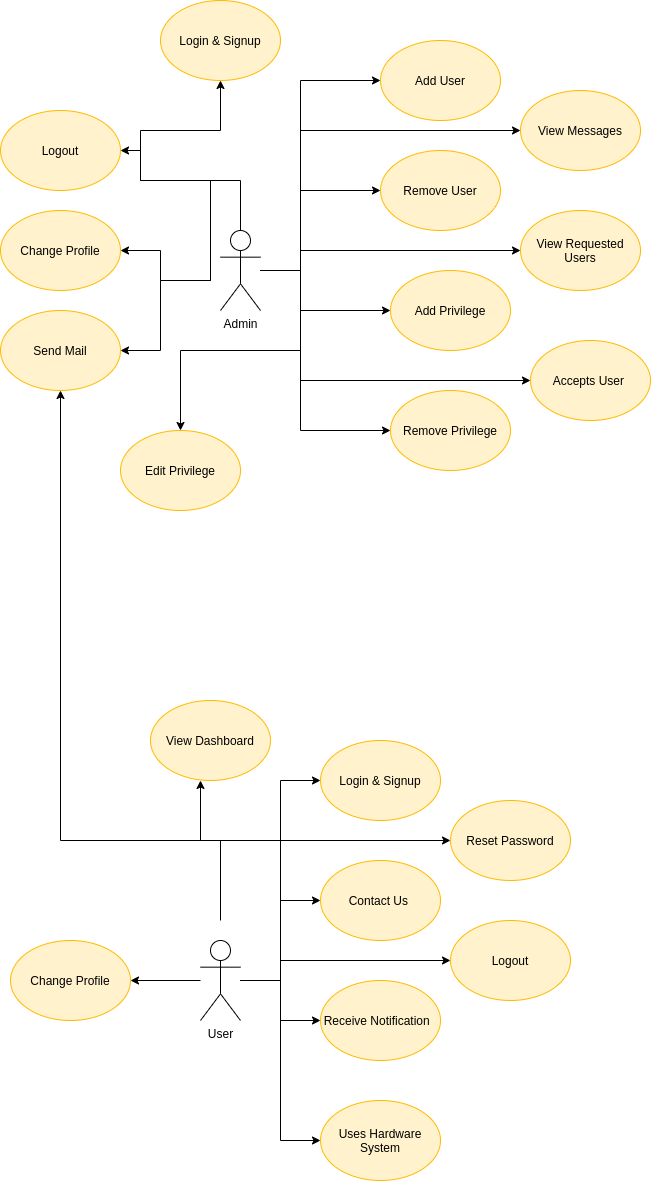
BonyGeorge/Wheat-Impurities-System keeps this draw.io diagram as Diagrams/Operation_Scenario.png. Above is the earlier version. Source tidied: cells renumbered, new cells last; positions are measured from the earlier drawing's top-left corner, leaving out a move shared by most shapes. Source of this version:
```xml
<mxGraphModel>
  <root>
    <mxCell id="0" />
    <mxCell id="1" parent="0" />
    <mxCell id="2" style="edgeStyle=orthogonalEdgeStyle;rounded=0;jettySize=auto;html=1;entryX=0;entryY=0.5;entryDx=0;entryDy=0;" parent="1" edge="1" source="3" target="5">
      <mxGeometry relative="1" as="geometry">
        <Array as="points">
          <mxPoint x="300" y="270" />
          <mxPoint x="300" y="80" />
        </Array>
      </mxGeometry>
    </mxCell>
    <mxCell id="3" value="Admin" style="shape=umlActor;html=1;verticalLabelPosition=bottom;verticalAlign=top;align=center;" parent="1" vertex="1">
      <mxGeometry x="220" y="230" width="40" height="80" as="geometry" />
    </mxCell>
    <mxCell id="4" value="Remove User" style="ellipse;whiteSpace=wrap;html=1;fillColor=#fff2cc;strokeColor=#FFBA01;" parent="1" vertex="1">
      <mxGeometry x="380" y="150" width="120" height="80" as="geometry" />
    </mxCell>
    <mxCell id="5" value="Add User" style="ellipse;whiteSpace=wrap;html=1;fillColor=#fff2cc;strokeColor=#FFBA01;" parent="1" vertex="1">
      <mxGeometry x="380" y="40" width="120" height="80" as="geometry" />
    </mxCell>
    <mxCell id="6" value="Remove Privilege" style="ellipse;whiteSpace=wrap;html=1;fillColor=#fff2cc;strokeColor=#FFBA01;" parent="1" vertex="1">
      <mxGeometry x="390" y="390" width="120" height="80" as="geometry" />
    </mxCell>
    <mxCell id="7" value="Add Privilege" style="ellipse;whiteSpace=wrap;html=1;fillColor=#fff2cc;strokeColor=#FFBA01;" parent="1" vertex="1">
      <mxGeometry x="390" y="270" width="120" height="80" as="geometry" />
    </mxCell>
    <mxCell id="8" value="Edit Privilege" style="ellipse;whiteSpace=wrap;html=1;fillColor=#fff2cc;strokeColor=#FFBA01;" parent="1" vertex="1">
      <mxGeometry x="120" y="430" width="120" height="80" as="geometry" />
    </mxCell>
    <mxCell id="9" style="edgeStyle=orthogonalEdgeStyle;rounded=0;jettySize=auto;html=1;entryX=0;entryY=0.5;entryDx=0;entryDy=0;" parent="1" edge="1" target="4">
      <mxGeometry relative="1" as="geometry">
        <mxPoint x="270" y="270" as="sourcePoint" />
        <Array as="points">
          <mxPoint x="300" y="270" />
          <mxPoint x="300" y="190" />
        </Array>
      </mxGeometry>
    </mxCell>
    <mxCell id="10" style="edgeStyle=orthogonalEdgeStyle;rounded=0;jettySize=auto;html=1;entryX=0;entryY=0.5;entryDx=0;entryDy=0;" parent="1" edge="1" target="7">
      <mxGeometry relative="1" as="geometry">
        <mxPoint x="270" y="270" as="sourcePoint" />
        <Array as="points">
          <mxPoint x="300" y="270" />
          <mxPoint x="300" y="310" />
        </Array>
      </mxGeometry>
    </mxCell>
    <mxCell id="11" style="edgeStyle=orthogonalEdgeStyle;rounded=0;jettySize=auto;html=1;entryX=0;entryY=0.5;entryDx=0;entryDy=0;" parent="1" edge="1" target="6">
      <mxGeometry relative="1" as="geometry">
        <mxPoint x="260" y="270" as="sourcePoint" />
        <Array as="points">
          <mxPoint x="300" y="270" />
          <mxPoint x="300" y="430" />
        </Array>
      </mxGeometry>
    </mxCell>
    <mxCell id="12" style="edgeStyle=orthogonalEdgeStyle;rounded=0;jettySize=auto;html=1;entryX=0.5;entryY=0;entryDx=0;entryDy=0;" parent="1" edge="1" target="8">
      <mxGeometry relative="1" as="geometry">
        <mxPoint x="300" y="280" as="sourcePoint" />
        <Array as="points">
          <mxPoint x="300" y="350" />
          <mxPoint x="180" y="350" />
        </Array>
      </mxGeometry>
    </mxCell>
    <mxCell id="13" style="edgeStyle=orthogonalEdgeStyle;rounded=0;jettySize=auto;html=1;entryX=0;entryY=0.5;entryDx=0;entryDy=0;" parent="1" edge="1" source="14" target="16">
      <mxGeometry relative="1" as="geometry" />
    </mxCell>
    <mxCell id="14" value="User" style="shape=umlActor;html=1;verticalLabelPosition=bottom;verticalAlign=top;align=center;" parent="1" vertex="1">
      <mxGeometry x="200" y="940" width="40" height="80" as="geometry" />
    </mxCell>
    <mxCell id="15" value="Contact Us&amp;nbsp;" style="ellipse;whiteSpace=wrap;html=1;fillColor=#fff2cc;strokeColor=#FFBA01;" parent="1" vertex="1">
      <mxGeometry x="320" y="860" width="120" height="80" as="geometry" />
    </mxCell>
    <mxCell id="16" value="Login &amp;amp; Signup" style="ellipse;whiteSpace=wrap;html=1;fillColor=#fff2cc;strokeColor=#FFBA01;" parent="1" vertex="1">
      <mxGeometry x="320" y="740" width="120" height="80" as="geometry" />
    </mxCell>
    <mxCell id="17" value="Uses Hardware System" style="ellipse;whiteSpace=wrap;html=1;fillColor=#fff2cc;strokeColor=#FFBA01;" parent="1" vertex="1">
      <mxGeometry x="320" y="1100" width="120" height="80" as="geometry" />
    </mxCell>
    <mxCell id="18" value="Receive Notification&amp;nbsp;&amp;nbsp;" style="ellipse;whiteSpace=wrap;html=1;fillColor=#fff2cc;strokeColor=#FFBA01;" parent="1" vertex="1">
      <mxGeometry x="320" y="980" width="120" height="80" as="geometry" />
    </mxCell>
    <mxCell id="19" value="View Dashboard" style="ellipse;whiteSpace=wrap;html=1;fillColor=#fff2cc;strokeColor=#FFBA01;" parent="1" vertex="1">
      <mxGeometry x="150" y="700" width="120" height="80" as="geometry" />
    </mxCell>
    <mxCell id="20" style="edgeStyle=orthogonalEdgeStyle;rounded=0;jettySize=auto;html=1;entryX=0;entryY=0.5;entryDx=0;entryDy=0;" parent="1" edge="1" target="15">
      <mxGeometry relative="1" as="geometry">
        <mxPoint x="250" y="980" as="sourcePoint" />
        <Array as="points">
          <mxPoint x="280" y="980" />
          <mxPoint x="280" y="900" />
        </Array>
      </mxGeometry>
    </mxCell>
    <mxCell id="21" style="edgeStyle=orthogonalEdgeStyle;rounded=0;jettySize=auto;html=1;entryX=0;entryY=0.5;entryDx=0;entryDy=0;" parent="1" edge="1" target="18">
      <mxGeometry relative="1" as="geometry">
        <mxPoint x="270" y="980" as="sourcePoint" />
        <Array as="points">
          <mxPoint x="280" y="980" />
          <mxPoint x="280" y="1020" />
        </Array>
      </mxGeometry>
    </mxCell>
    <mxCell id="22" style="edgeStyle=orthogonalEdgeStyle;rounded=0;jettySize=auto;html=1;entryX=0;entryY=0.5;entryDx=0;entryDy=0;" parent="1" edge="1" target="17">
      <mxGeometry relative="1" as="geometry">
        <mxPoint x="240" y="980" as="sourcePoint" />
        <Array as="points">
          <mxPoint x="280" y="980" />
          <mxPoint x="280" y="1140" />
        </Array>
      </mxGeometry>
    </mxCell>
    <mxCell id="23" style="edgeStyle=orthogonalEdgeStyle;rounded=0;jettySize=auto;html=1;" parent="1" edge="1" source="14">
      <mxGeometry relative="1" as="geometry">
        <mxPoint x="200" y="780" as="targetPoint" />
        <Array as="points">
          <mxPoint x="280" y="980" />
          <mxPoint x="280" y="840" />
          <mxPoint x="200" y="840" />
        </Array>
      </mxGeometry>
    </mxCell>
    <mxCell id="24" value="Login &amp;amp; Signup" style="ellipse;whiteSpace=wrap;html=1;fillColor=#fff2cc;strokeColor=#FFBA01;" parent="1" vertex="1">
      <mxGeometry x="160" width="120" height="80" as="geometry" />
    </mxCell>
    <mxCell id="25" style="edgeStyle=orthogonalEdgeStyle;rounded=0;jettySize=auto;html=1;exitX=0.5;exitY=0;exitDx=0;exitDy=0;exitPerimeter=0;entryX=0.5;entryY=1;entryDx=0;entryDy=0;" parent="1" edge="1" source="3" target="24">
      <mxGeometry relative="1" as="geometry">
        <Array as="points">
          <mxPoint x="240" y="180" />
          <mxPoint x="140" y="180" />
          <mxPoint x="140" y="130" />
          <mxPoint x="220" y="130" />
        </Array>
      </mxGeometry>
    </mxCell>
    <mxCell id="26" value="Accepts User&amp;nbsp;" style="ellipse;whiteSpace=wrap;html=1;fillColor=#fff2cc;strokeColor=#FFBA01;" parent="1" vertex="1">
      <mxGeometry x="530" y="340" width="120" height="80" as="geometry" />
    </mxCell>
    <mxCell id="27" value="View Requested Users" style="ellipse;whiteSpace=wrap;html=1;fillColor=#fff2cc;strokeColor=#FFBA01;" parent="1" vertex="1">
      <mxGeometry x="520" y="210" width="120" height="80" as="geometry" />
    </mxCell>
    <mxCell id="28" value="View Messages" style="ellipse;whiteSpace=wrap;html=1;fillColor=#fff2cc;strokeColor=#FFBA01;" parent="1" vertex="1">
      <mxGeometry x="520" y="90" width="120" height="80" as="geometry" />
    </mxCell>
    <mxCell id="29" value="Change Profile" style="ellipse;whiteSpace=wrap;html=1;fillColor=#fff2cc;strokeColor=#FFBA01;" parent="1" vertex="1">
      <mxGeometry y="210" width="120" height="80" as="geometry" />
    </mxCell>
    <mxCell id="30" style="edgeStyle=orthogonalEdgeStyle;rounded=0;jettySize=auto;html=1;entryX=1;entryY=0.5;entryDx=0;entryDy=0;" parent="1" edge="1" target="29">
      <mxGeometry relative="1" as="geometry">
        <mxPoint x="210" y="280" as="sourcePoint" />
        <Array as="points">
          <mxPoint x="160" y="280" />
          <mxPoint x="160" y="250" />
        </Array>
      </mxGeometry>
    </mxCell>
    <mxCell id="31" style="edgeStyle=orthogonalEdgeStyle;rounded=0;jettySize=auto;html=1;" parent="1" edge="1" target="28">
      <mxGeometry relative="1" as="geometry">
        <mxPoint x="260" y="270" as="sourcePoint" />
        <Array as="points">
          <mxPoint x="300" y="270" />
          <mxPoint x="300" y="130" />
        </Array>
      </mxGeometry>
    </mxCell>
    <mxCell id="32" style="edgeStyle=orthogonalEdgeStyle;rounded=0;jettySize=auto;html=1;entryX=0;entryY=0.5;entryDx=0;entryDy=0;" parent="1" edge="1" target="27">
      <mxGeometry relative="1" as="geometry">
        <mxPoint x="260" y="270" as="sourcePoint" />
        <Array as="points">
          <mxPoint x="300" y="270" />
          <mxPoint x="300" y="250" />
        </Array>
      </mxGeometry>
    </mxCell>
    <mxCell id="33" style="edgeStyle=orthogonalEdgeStyle;rounded=0;jettySize=auto;html=1;entryX=0;entryY=0.5;entryDx=0;entryDy=0;" parent="1" edge="1" target="26">
      <mxGeometry relative="1" as="geometry">
        <mxPoint x="260" y="270" as="sourcePoint" />
        <Array as="points">
          <mxPoint x="300" y="270" />
          <mxPoint x="300" y="380" />
        </Array>
      </mxGeometry>
    </mxCell>
    <mxCell id="34" value="Change Profile" style="ellipse;whiteSpace=wrap;html=1;fillColor=#fff2cc;strokeColor=#FFBA01;" parent="1" vertex="1">
      <mxGeometry x="10" y="940" width="120" height="80" as="geometry" />
    </mxCell>
    <mxCell id="35" style="edgeStyle=orthogonalEdgeStyle;rounded=0;jettySize=auto;html=1;entryX=1;entryY=0.5;entryDx=0;entryDy=0;" parent="1" edge="1" target="34">
      <mxGeometry relative="1" as="geometry">
        <mxPoint x="200" y="980" as="sourcePoint" />
      </mxGeometry>
    </mxCell>
    <mxCell id="36" value="Reset Password" style="ellipse;whiteSpace=wrap;html=1;fillColor=#fff2cc;strokeColor=#FFBA01;" parent="1" vertex="1">
      <mxGeometry x="450" y="800" width="120" height="80" as="geometry" />
    </mxCell>
    <mxCell id="37" style="edgeStyle=orthogonalEdgeStyle;rounded=0;jettySize=auto;html=1;entryX=0;entryY=0.5;entryDx=0;entryDy=0;" parent="1" edge="1" target="36">
      <mxGeometry relative="1" as="geometry">
        <mxPoint x="240" y="980" as="sourcePoint" />
        <Array as="points">
          <mxPoint x="280" y="980" />
          <mxPoint x="280" y="840" />
        </Array>
      </mxGeometry>
    </mxCell>
    <mxCell id="38" value="Logout" style="ellipse;whiteSpace=wrap;html=1;fillColor=#fff2cc;strokeColor=#FFBA01;" parent="1" vertex="1">
      <mxGeometry x="450" y="920" width="120" height="80" as="geometry" />
    </mxCell>
    <mxCell id="39" style="edgeStyle=orthogonalEdgeStyle;rounded=0;jettySize=auto;html=1;entryX=0;entryY=0.5;entryDx=0;entryDy=0;" parent="1" edge="1" target="38">
      <mxGeometry relative="1" as="geometry">
        <mxPoint x="240" y="980" as="sourcePoint" />
        <Array as="points">
          <mxPoint x="280" y="980" />
          <mxPoint x="280" y="960" />
        </Array>
      </mxGeometry>
    </mxCell>
    <mxCell id="40" value="Logout" style="ellipse;whiteSpace=wrap;html=1;fillColor=#fff2cc;strokeColor=#FFBA01;" parent="1" vertex="1">
      <mxGeometry y="110" width="120" height="80" as="geometry" />
    </mxCell>
    <mxCell id="41" style="edgeStyle=orthogonalEdgeStyle;rounded=0;jettySize=auto;html=1;entryX=1;entryY=0.5;entryDx=0;entryDy=0;" parent="1" edge="1" target="40">
      <mxGeometry relative="1" as="geometry">
        <mxPoint x="180" y="280" as="sourcePoint" />
        <Array as="points">
          <mxPoint x="210" y="280" />
          <mxPoint x="210" y="180" />
          <mxPoint x="140" y="180" />
          <mxPoint x="140" y="150" />
        </Array>
      </mxGeometry>
    </mxCell>
    <mxCell id="42" value="Send Mail" style="ellipse;whiteSpace=wrap;html=1;fillColor=#fff2cc;strokeColor=#FFBA01;" parent="1" vertex="1">
      <mxGeometry y="310" width="120" height="80" as="geometry" />
    </mxCell>
    <mxCell id="43" style="edgeStyle=orthogonalEdgeStyle;rounded=0;jettySize=auto;html=1;entryX=1;entryY=0.5;entryDx=0;entryDy=0;" parent="1" edge="1" target="42">
      <mxGeometry relative="1" as="geometry">
        <mxPoint x="210" y="270" as="sourcePoint" />
        <Array as="points">
          <mxPoint x="210" y="280" />
          <mxPoint x="160" y="280" />
          <mxPoint x="160" y="350" />
        </Array>
      </mxGeometry>
    </mxCell>
    <mxCell id="44" style="edgeStyle=orthogonalEdgeStyle;rounded=0;jettySize=auto;html=1;entryX=0.5;entryY=1;entryDx=0;entryDy=0;" parent="1" edge="1" target="42">
      <mxGeometry relative="1" as="geometry">
        <mxPoint x="220" y="920" as="sourcePoint" />
        <Array as="points">
          <mxPoint x="220" y="840" />
          <mxPoint x="60" y="840" />
        </Array>
      </mxGeometry>
    </mxCell>
  </root>
</mxGraphModel>
```
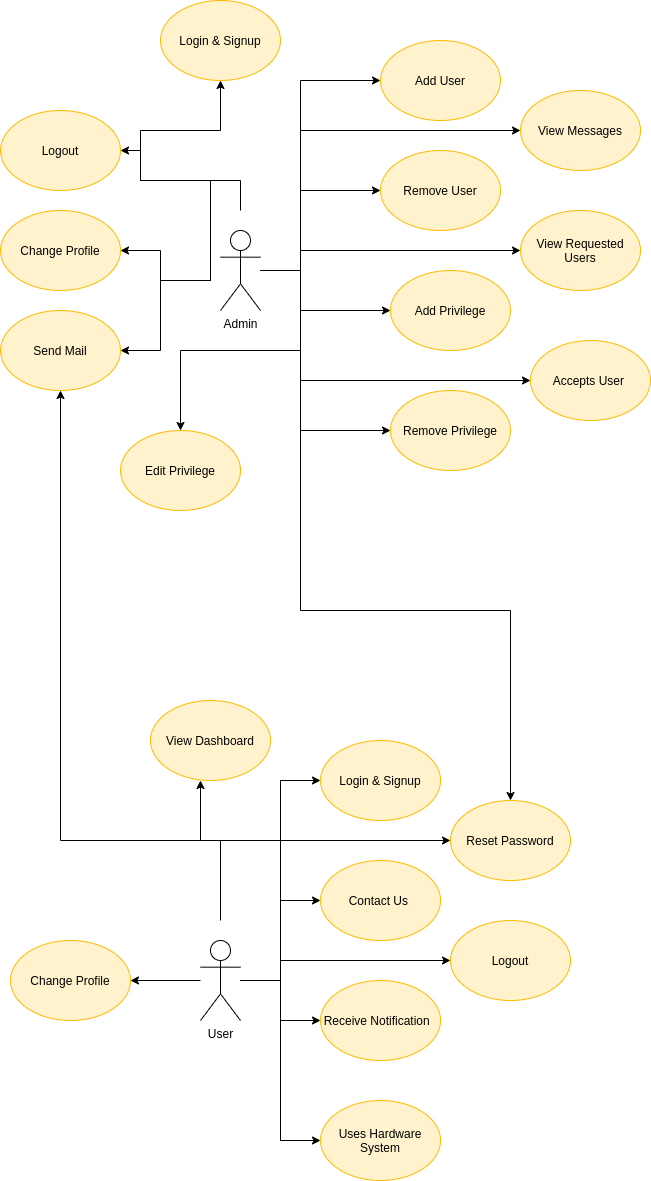
Later version of the same file.

Commit message:
Diagrams III

The edit, as a diff of the source:
```diff
@@ -125,8 +125,9 @@
     <mxCell id="24" value="Login &amp;amp; Signup" style="ellipse;whiteSpace=wrap;html=1;fillColor=#fff2cc;strokeColor=#FFBA01;" parent="1" vertex="1">
       <mxGeometry x="160" width="120" height="80" as="geometry" />
     </mxCell>
-    <mxCell id="25" style="edgeStyle=orthogonalEdgeStyle;rounded=0;jettySize=auto;html=1;exitX=0.5;exitY=0;exitDx=0;exitDy=0;exitPerimeter=0;entryX=0.5;entryY=1;entryDx=0;entryDy=0;" parent="1" edge="1" source="3" target="24">
+    <mxCell id="25" style="edgeStyle=orthogonalEdgeStyle;rounded=0;jettySize=auto;html=1;entryX=0.5;entryY=1;entryDx=0;entryDy=0;" parent="1" edge="1" target="24">
       <mxGeometry relative="1" as="geometry">
+        <mxPoint x="240" y="210" as="sourcePoint" />
         <Array as="points">
           <mxPoint x="240" y="180" />
           <mxPoint x="140" y="180" />
@@ -251,5 +252,15 @@
         </Array>
       </mxGeometry>
     </mxCell>
+    <mxCell id="45" style="edgeStyle=orthogonalEdgeStyle;rounded=0;jettySize=auto;html=1;entryX=0.5;entryY=0;entryDx=0;entryDy=0;" parent="1" edge="1" target="36">
+      <mxGeometry relative="1" as="geometry">
+        <mxPoint x="260" y="270" as="sourcePoint" />
+        <Array as="points">
+          <mxPoint x="300" y="270" />
+          <mxPoint x="300" y="610" />
+          <mxPoint x="510" y="610" />
+        </Array>
+      </mxGeometry>
+    </mxCell>
   </root>
 </mxGraphModel>
```
